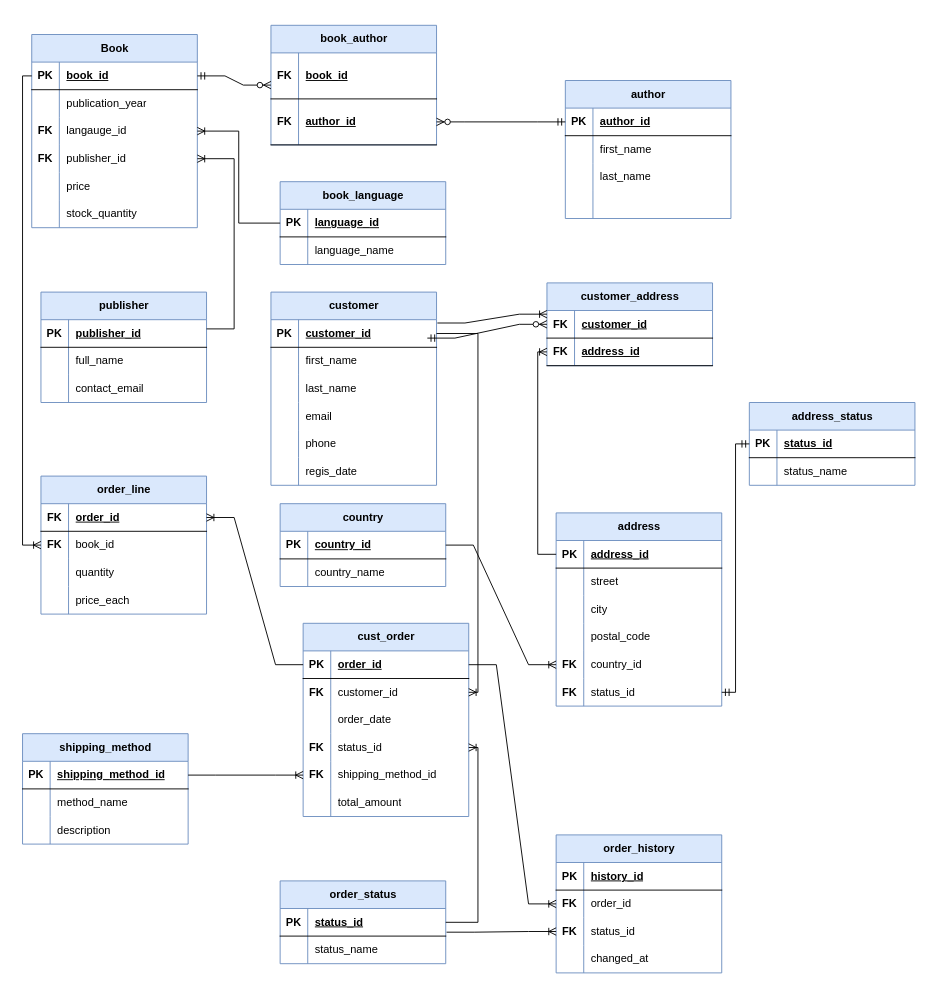
Above: dbms.drawio in sumshy/ctrl_alt-elite (draw.io), before the change. Source tidied: cells renumbered, new cells numbered last; positions are measured from the earlier drawing's top-left corner, leaving out a move shared by most shapes. Both pictures are drawn from the tidied source at 92%, with x=0, y=0 at pixel (22, 25).
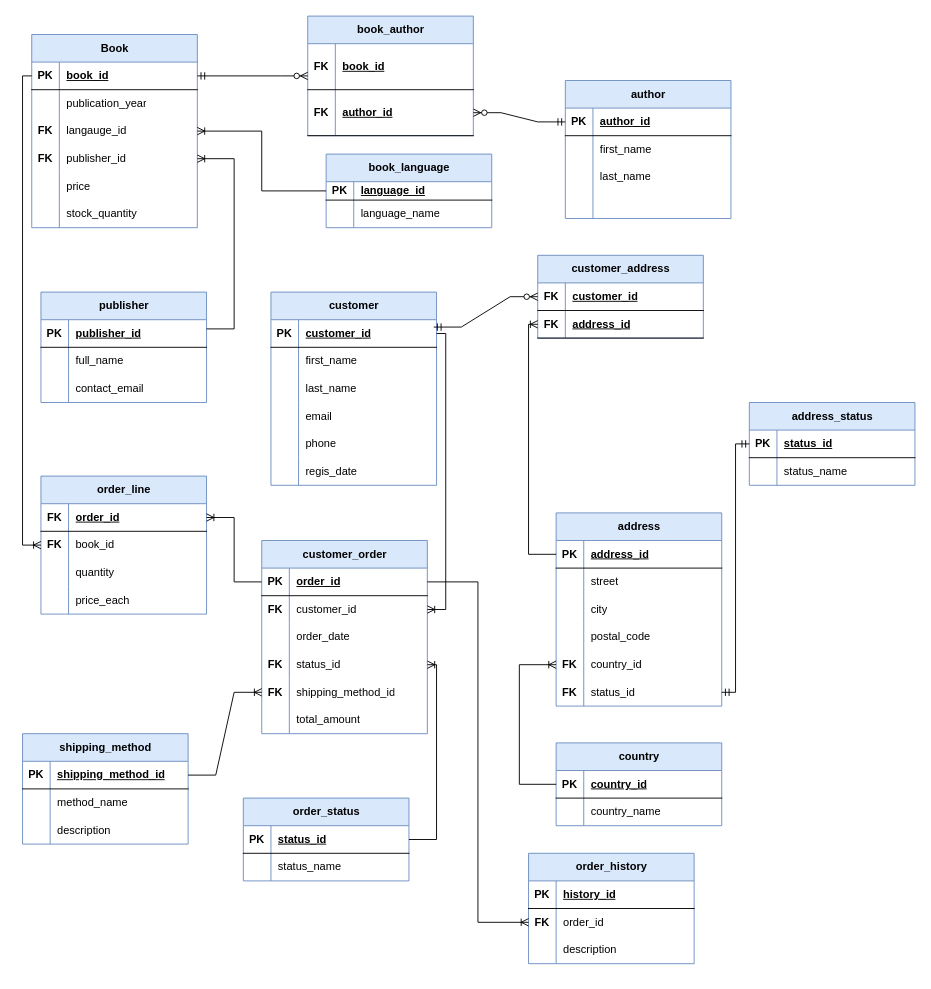
The same diagram, later.

Unchanged cells that the change refers to:
```xml
<mxCell id="59" style="shape=tableRow;horizontal=0;startSize=0;swimlaneHead=0;swimlaneBody=0;fillColor=none;points=[[0,0.5],[1,0.5]];portConstraint=eastwest;top=0;left=0;right=0;bottom=1;" parent="58" vertex="1">
  <mxGeometry y="30" width="180" height="30" as="geometry" />
</mxCell>
<mxCell id="78" style="shape=tableRow;horizontal=0;startSize=0;swimlaneHead=0;swimlaneBody=0;fillColor=none;points=[[0,0.5],[1,0.5]];portConstraint=eastwest;top=0;left=0;right=0;bottom=1;" parent="77" vertex="1">
  <mxGeometry y="30" width="180" height="30" as="geometry" />
</mxCell>
<mxCell id="104" style="shape=tableRow;horizontal=0;startSize=0;swimlaneHead=0;swimlaneBody=0;fillColor=none;points=[[0,0.5],[1,0.5]];portConstraint=eastwest;top=0;left=0;right=0;bottom=0;" parent="91" vertex="1">
  <mxGeometry y="150" width="180" height="30" as="geometry" />
</mxCell>
<mxCell id="111" style="shape=tableRow;horizontal=0;startSize=0;swimlaneHead=0;swimlaneBody=0;fillColor=none;points=[[0,0.5],[1,0.5]];portConstraint=eastwest;top=0;left=0;right=0;bottom=1;" parent="110" vertex="1">
  <mxGeometry y="30" width="180" height="30" as="geometry" />
</mxCell>
<mxCell id="118" style="shape=tableRow;horizontal=0;startSize=0;swimlaneHead=0;swimlaneBody=0;fillColor=none;points=[[0,0.5],[1,0.5]];portConstraint=eastwest;top=0;left=0;right=0;bottom=1;" parent="117" vertex="1">
  <mxGeometry y="30" width="180" height="30" as="geometry" />
</mxCell>
<mxCell id="163" style="shape=tableRow;horizontal=0;startSize=0;swimlaneHead=0;swimlaneBody=0;fillColor=none;points=[[0,0.5],[1,0.5]];portConstraint=eastwest;top=0;left=0;right=0;bottom=0;" parent="159" vertex="1">
  <mxGeometry y="60" width="180" height="30" as="geometry" />
</mxCell>
<mxCell id="166" style="shape=tableRow;horizontal=0;startSize=0;swimlaneHead=0;swimlaneBody=0;fillColor=none;points=[[0,0.5],[1,0.5]];portConstraint=eastwest;top=0;left=0;right=0;bottom=0;" parent="159" vertex="1">
  <mxGeometry y="90" width="180" height="30" as="geometry" />
</mxCell>
<mxCell id="177" style="shape=tableRow;horizontal=0;startSize=0;swimlaneHead=0;swimlaneBody=0;fillColor=none;points=[[0,0.5],[1,0.5]];portConstraint=eastwest;top=0;left=0;right=0;bottom=1;" parent="176" vertex="1">
  <mxGeometry y="30" width="180" height="30" as="geometry" />
</mxCell>
```

What changed in the source:
```diff
@@
     <mxCell id="21" value="book_language" style="shape=table;startSize=30;childLayout=tableLayout;rowLines=0;fontStyle=1;align=center;html=1;fillColor=#dae8fc;strokeColor=#6c8ebf;" parent="1" vertex="1">
-      <mxGeometry x="280" y="170" width="180" height="90" as="geometry" />
+      <mxGeometry x="330" y="140" width="180" height="80" as="geometry" />
     </mxCell>
     <mxCell id="22" style="shape=tableRow;horizontal=0;startSize=0;swimlaneHead=0;swimlaneBody=0;fillColor=none;points=[[0,0.5],[1,0.5]];portConstraint=eastwest;top=0;left=0;right=0;bottom=1;" parent="21" vertex="1">
-      <mxGeometry y="30" width="180" height="30" as="geometry" />
+      <mxGeometry y="30" width="180" height="20" as="geometry" />
     </mxCell>
     <mxCell id="23" value="PK" style="shape=partialRectangle;fillColor=none;top=0;left=0;bottom=0;right=0;fontStyle=1;overflow=hidden;whiteSpace=wrap;html=1;" parent="22" vertex="1">
-      <mxGeometry width="30" height="30" as="geometry" />
+      <mxGeometry width="30" height="20" as="geometry" />
     </mxCell>
     <mxCell id="24" value="language_id" style="shape=partialRectangle;fillColor=none;top=0;left=0;bottom=0;right=0;align=left;spacingLeft=6;fontStyle=5;overflow=hidden;whiteSpace=wrap;html=1;" parent="22" vertex="1">
-      <mxGeometry x="30" width="150" height="30" as="geometry" />
+      <mxGeometry x="30" width="150" height="20" as="geometry" />
     </mxCell>
     <mxCell id="25" style="shape=tableRow;horizontal=0;startSize=0;swimlaneHead=0;swimlaneBody=0;fillColor=none;top=0;left=0;right=0;bottom=0;" parent="21" vertex="1">
-      <mxGeometry y="60" width="180" height="30" as="geometry" />
+      <mxGeometry y="50" width="180" height="30" as="geometry" />
     </mxCell>
@@
     <mxCell id="28" value="book_author" style="shape=table;startSize=30;childLayout=tableLayout;rowLines=0;fontStyle=1;align=center;html=1;fillColor=#dae8fc;strokeColor=#6c8ebf;" parent="1" vertex="1">
-      <mxGeometry x="270" width="180" height="130" as="geometry" />
+      <mxGeometry x="310" y="-10" width="180" height="130" as="geometry" />
     </mxCell>
@@
     <mxCell id="77" value="customer_address" style="shape=table;startSize=30;childLayout=tableLayout;rowLines=0;fontStyle=1;align=center;html=1;fillColor=#dae8fc;strokeColor=#6c8ebf;" parent="1" vertex="1">
-      <mxGeometry x="570" y="280" width="180" height="90" as="geometry" />
+      <mxGeometry x="560" y="250" width="180" height="90" as="geometry" />
     </mxCell>
@@
     <mxCell id="110" value="country" style="shape=table;startSize=30;childLayout=tableLayout;rowLines=0;fontStyle=1;align=center;html=1;fillColor=#dae8fc;strokeColor=#6c8ebf;" parent="1" vertex="1">
-      <mxGeometry x="280" y="520" width="180" height="90" as="geometry" />
+      <mxGeometry x="580" y="780" width="180" height="90" as="geometry" />
     </mxCell>
@@
-    <mxCell id="117" value="cust_order" style="shape=table;startSize=30;childLayout=tableLayout;rowLines=0;fontStyle=1;align=center;html=1;fillColor=#dae8fc;strokeColor=#6c8ebf;" parent="1" vertex="1">
-      <mxGeometry x="305" y="650" width="180" height="210" as="geometry" />
+    <mxCell id="117" value="customer_order" style="shape=table;startSize=30;childLayout=tableLayout;rowLines=0;fontStyle=1;align=center;html=1;fillColor=#dae8fc;strokeColor=#6c8ebf;" parent="1" vertex="1">
+      <mxGeometry x="260" y="560" width="180" height="210" as="geometry" />
     </mxCell>
@@
     <mxCell id="159" value="order_history" style="shape=table;startSize=30;childLayout=tableLayout;rowLines=0;fontStyle=1;align=center;html=1;fillColor=#dae8fc;strokeColor=#6c8ebf;" parent="1" vertex="1">
-      <mxGeometry x="580" y="880" width="180" height="150" as="geometry" />
+      <mxGeometry x="550" y="900" width="180" height="120" as="geometry" />
     </mxCell>
@@
-    <mxCell id="167" value="&lt;b&gt;FK&lt;/b&gt;" style="shape=partialRectangle;fillColor=none;top=0;left=0;bottom=0;right=0;overflow=hidden;whiteSpace=wrap;html=1;" parent="166" vertex="1">
+    <mxCell id="167" style="shape=partialRectangle;fillColor=none;top=0;left=0;bottom=0;right=0;overflow=hidden;whiteSpace=wrap;html=1;" parent="166" vertex="1">
       <mxGeometry width="30" height="30" as="geometry" />
     </mxCell>
-    <mxCell id="168" value="status_id" style="shape=partialRectangle;fillColor=none;top=0;left=0;bottom=0;right=0;align=left;spacingLeft=6;overflow=hidden;whiteSpace=wrap;html=1;" parent="166" vertex="1">
+    <mxCell id="168" value="description" style="shape=partialRectangle;fillColor=none;top=0;left=0;bottom=0;right=0;align=left;spacingLeft=6;overflow=hidden;whiteSpace=wrap;html=1;" parent="166" vertex="1">
       <mxGeometry x="30" width="150" height="30" as="geometry" />
     </mxCell>
-    <mxCell id="169" style="shape=tableRow;horizontal=0;startSize=0;swimlaneHead=0;swimlaneBody=0;fillColor=none;top=0;left=0;right=0;bottom=0;" parent="159" vertex="1">
-      <mxGeometry y="120" width="180" height="30" as="geometry" />
-    </mxCell>
-    <mxCell id="170" style="shape=partialRectangle;fillColor=none;top=0;left=0;bottom=0;right=0;overflow=hidden;whiteSpace=wrap;html=1;" parent="169" vertex="1">
-      <mxGeometry width="30" height="30" as="geometry" />
-    </mxCell>
-    <mxCell id="171" value="changed_at" style="shape=partialRectangle;fillColor=none;top=0;left=0;bottom=0;right=0;align=left;spacingLeft=6;overflow=hidden;whiteSpace=wrap;html=1;" parent="169" vertex="1">
-      <mxGeometry x="30" width="150" height="30" as="geometry" />
-    </mxCell>
@@
-    <mxCell id="175" style="edgeStyle=entityRelationEdgeStyle;fontSize=12;html=1;endArrow=ERzeroToMany;startArrow=ERmandOne;rounded=0;entryX=0;entryY=0.5;entryDx=0;entryDy=0;" parent="1" edge="1" target="78">
+    <mxCell id="175" style="edgeStyle=entityRelationEdgeStyle;fontSize=12;html=1;endArrow=ERzeroToMany;startArrow=ERmandOne;rounded=0;entryX=0;entryY=0.5;entryDx=0;entryDy=0;exitX=0.983;exitY=0.267;exitDx=0;exitDy=0;exitPerimeter=0;" parent="1" edge="1" source="59" target="78">
       <mxGeometry relative="1" as="geometry">
-        <mxPoint x="440" y="340" as="sourcePoint" />
+        <Array as="points">
+          <mxPoint x="460" y="330" />
+        </Array>
       </mxGeometry>
     </mxCell>
     <mxCell id="176" value="order_status" style="shape=table;startSize=30;childLayout=tableLayout;rowLines=0;fontStyle=1;align=center;html=1;fillColor=#dae8fc;strokeColor=#6c8ebf;" parent="1" vertex="1">
-      <mxGeometry x="280" y="930" width="180" height="90" as="geometry" />
+      <mxGeometry x="240" y="840" width="180" height="90" as="geometry" />
     </mxCell>
@@
-    <mxCell id="188" style="edgeStyle=entityRelationEdgeStyle;fontSize=12;html=1;endArrow=ERoneToMany;rounded=0;entryX=0;entryY=0.5;entryDx=0;entryDy=0;exitX=1;exitY=0.5;exitDx=0;exitDy=0;" parent="1" edge="1" source="118" target="163">
+    <mxCell id="188" style="edgeStyle=orthogonalEdgeStyle;fontSize=12;html=1;endArrow=ERoneToMany;rounded=0;entryX=0;entryY=0.5;entryDx=0;entryDy=0;exitX=1;exitY=0.5;exitDx=0;exitDy=0;" parent="1" edge="1" source="118" target="163">
       <mxGeometry relative="1" as="geometry" />
     </mxCell>
-    <mxCell id="189" style="edgeStyle=entityRelationEdgeStyle;fontSize=12;html=1;endArrow=ERoneToMany;rounded=0;entryX=0;entryY=0.5;entryDx=0;entryDy=0;exitX=1.005;exitY=0.858;exitDx=0;exitDy=0;exitPerimeter=0;" parent="1" edge="1" source="177" target="166">
-      <mxGeometry relative="1" as="geometry" />
-    </mxCell>
@@
-    <mxCell id="192" style="edgeStyle=entityRelationEdgeStyle;fontSize=12;html=1;endArrow=ERoneToMany;rounded=0;entryX=0;entryY=0.5;entryDx=0;entryDy=0;exitX=1;exitY=0.5;exitDx=0;exitDy=0;" parent="1" edge="1" source="111" target="104">
-      <mxGeometry relative="1" as="geometry" />
+    <mxCell id="192" style="edgeStyle=orthogonalEdgeStyle;fontSize=12;html=1;endArrow=ERoneToMany;rounded=0;entryX=0;entryY=0.5;entryDx=0;entryDy=0;exitX=0;exitY=0.5;exitDx=0;exitDy=0;" parent="1" edge="1" source="111" target="104">
+      <mxGeometry relative="1" as="geometry">
+        <Array as="points">
+          <mxPoint x="540" y="825" />
+          <mxPoint x="540" y="695" />
+        </Array>
+      </mxGeometry>
     </mxCell>
-    <mxCell id="193" style="edgeStyle=entityRelationEdgeStyle;fontSize=12;html=1;endArrow=ERoneToMany;rounded=0;exitX=1.005;exitY=0.12;exitDx=0;exitDy=0;exitPerimeter=0;" parent="1" edge="1" source="59">
-      <mxGeometry relative="1" as="geometry">
-        <mxPoint x="570" y="314" as="targetPoint" />
-      </mxGeometry>
-    </mxCell>
```
